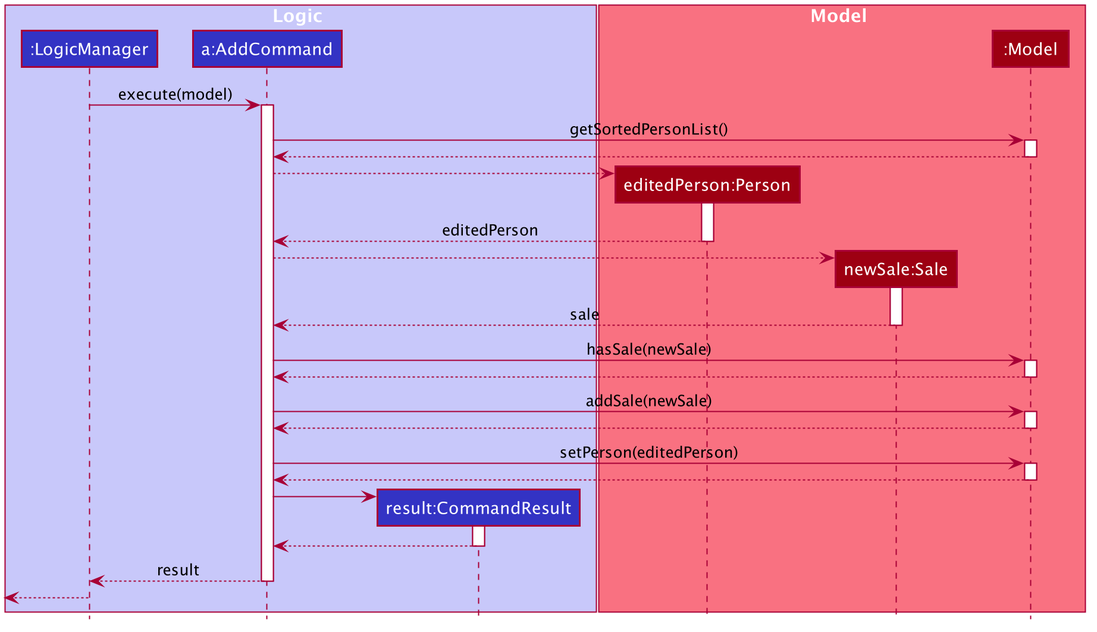
sebastiantoh/tp keeps this PlantUML diagram as docs/images/SaleExecuteAddSequenceDiagram.png. Above is the earlier version. The source it was exported from:
```plantuml
@startuml








skinparam BackgroundColor #FFFFFFF

skinparam Shadowing false

skinparam Class {
    FontColor #FFFFFF
    BorderThickness 1
    BorderColor #FFFFFF
    StereotypeFontColor #FFFFFF
    FontName Arial
}

skinparam Actor {
    BorderColor #000000
    Color #000000
    FontName Arial
}

skinparam Sequence {
    MessageAlign center
    BoxFontSize 15
    BoxPadding 0
    BoxFontColor #FFFFFF
    FontName Arial
}

skinparam Participant {
    FontColor #FFFFFFF
    Padding 20
}


skinparam ClassAttributeFontColor white
skinparam MinClassWidth 50
skinparam ParticipantPadding 10
skinparam Shadowing false
skinparam DefaultTextAlignment center
skinparam packageStyle Rectangle

hide footbox
hide members
hide circle

box Logic #C8C8FA
participant ":LogicManager" as LogicManager #3333C4
participant "a:AddCommand" as AddCommand #3333C4
participant "result:CommandResult" as CommandResult #3333C4
end box

box Model #F97181
participant "editedPerson:Person" as Person #9D0012
participant "newSale:Sale" as Sale #9D0012
participant ":Model" as Model #9D0012
end box


LogicManager -> AddCommand : execute(model)
activate AddCommand

AddCommand -> Model : getSortedPersonList()
activate Model

Model --> AddCommand
deactivate Model

create Person
AddCommand --> Person
activate Person

Person --> AddCommand :editedPerson
deactivate Person

create Sale
AddCommand --> Sale
activate Sale

Sale --> AddCommand : sale
deactivate Sale

AddCommand -> Model : hasSale(newSale)
activate Model

Model --> AddCommand
deactivate Model

AddCommand -> Model : addSale(newSale)
activate Model

Model --> AddCommand
deactivate Model


AddCommand -> Model : setPerson(editedPerson)
activate Model

Model --> AddCommand
deactivate Model

create CommandResult
AddCommand -> CommandResult
activate CommandResult

CommandResult --> AddCommand
deactivate CommandResult

AddCommand --> LogicManager : result
deactivate AddCommand

[<--LogicManager
deactivate LogicManager

@enduml
```
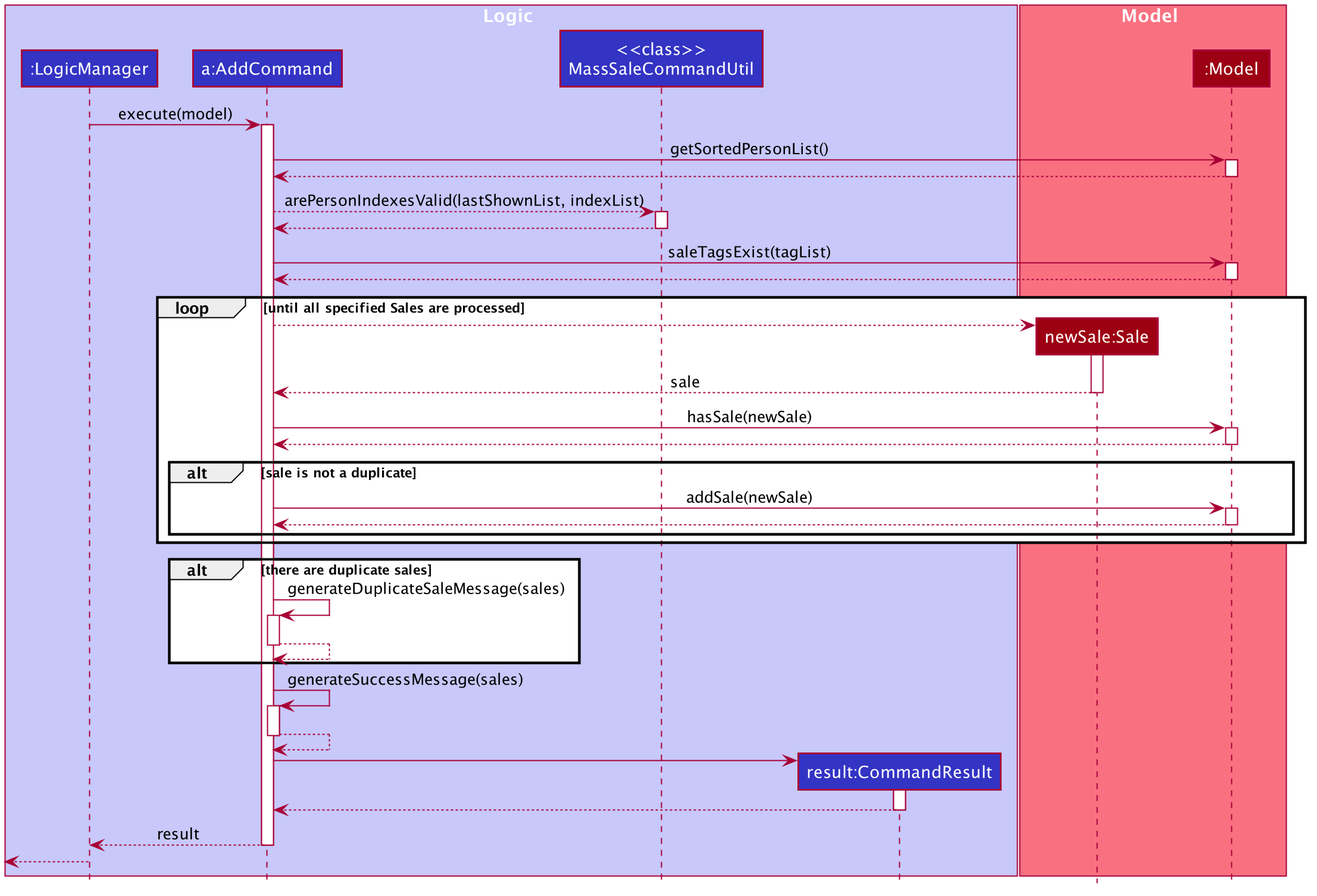
After the change.

Commit message:
Update docs for execution of AddCommand

Diff of the diagram source:
```diff
@@ -53,15 +53,14 @@
 box Logic #C8C8FA
 participant ":LogicManager" as LogicManager #3333C4
 participant "a:AddCommand" as AddCommand #3333C4
+participant "<<class>>\nMassSaleCommandUtil" as MassSaleCommandUtil #3333C4
 participant "result:CommandResult" as CommandResult #3333C4
 end box
 
 box Model #F97181
-participant "editedPerson:Person" as Person #9D0012
 participant "newSale:Sale" as Sale #9D0012
 participant ":Model" as Model #9D0012
 end box
-
 
 LogicManager -> AddCommand : execute(model)
 activate AddCommand
@@ -72,38 +71,54 @@
 Model --> AddCommand
 deactivate Model
 
-create Person
-AddCommand --> Person
-activate Person
+AddCommand --> MassSaleCommandUtil : arePersonIndexesValid(lastShownList, indexList)
+activate MassSaleCommandUtil
 
-Person --> AddCommand :editedPerson
-deactivate Person
+MassSaleCommandUtil --> AddCommand
+deactivate MassSaleCommandUtil
 
-create Sale
-AddCommand --> Sale
-activate Sale
-
-Sale --> AddCommand : sale
-deactivate Sale
-
-AddCommand -> Model : hasSale(newSale)
+AddCommand -> Model : saleTagsExist(tagList)
 activate Model
 
 Model --> AddCommand
 deactivate Model
 
-AddCommand -> Model : addSale(newSale)
-activate Model
+loop until all specified Sales are processed
+    create Sale
+    AddCommand --> Sale
+    activate Sale
 
-Model --> AddCommand
-deactivate Model
+    Sale --> AddCommand : sale
+    deactivate Sale
 
+    AddCommand -> Model : hasSale(newSale)
+    activate Model
 
-AddCommand -> Model : setPerson(editedPerson)
-activate Model
+    Model --> AddCommand
+    deactivate Model
 
-Model --> AddCommand
-deactivate Model
+    alt sale is not a duplicate
+        AddCommand -> Model : addSale(newSale)
+        activate Model
+
+        Model --> AddCommand
+        deactivate Model
+    end
+end
+
+alt there are duplicate sales
+    AddCommand -> AddCommand : generateDuplicateSaleMessage(sales)
+    activate AddCommand
+
+    AddCommand --> AddCommand
+    deactivate AddCommand
+end
+
+AddCommand -> AddCommand : generateSuccessMessage(sales)
+activate AddCommand
+
+AddCommand --> AddCommand
+deactivate AddCommand
 
 create CommandResult
 AddCommand -> CommandResult
```
